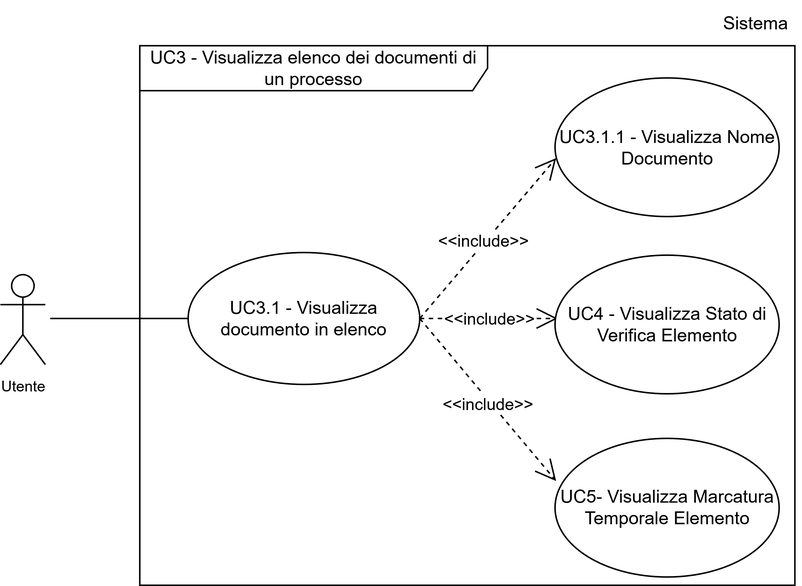
Before: assets/uml/UC3INC.png, a diagram exported from draw.io (7-ZPUs/Docs). Source tidied: cells renumbered, new cells last; positions are measured from the earlier drawing's top-left corner, leaving out a move shared by most shapes.
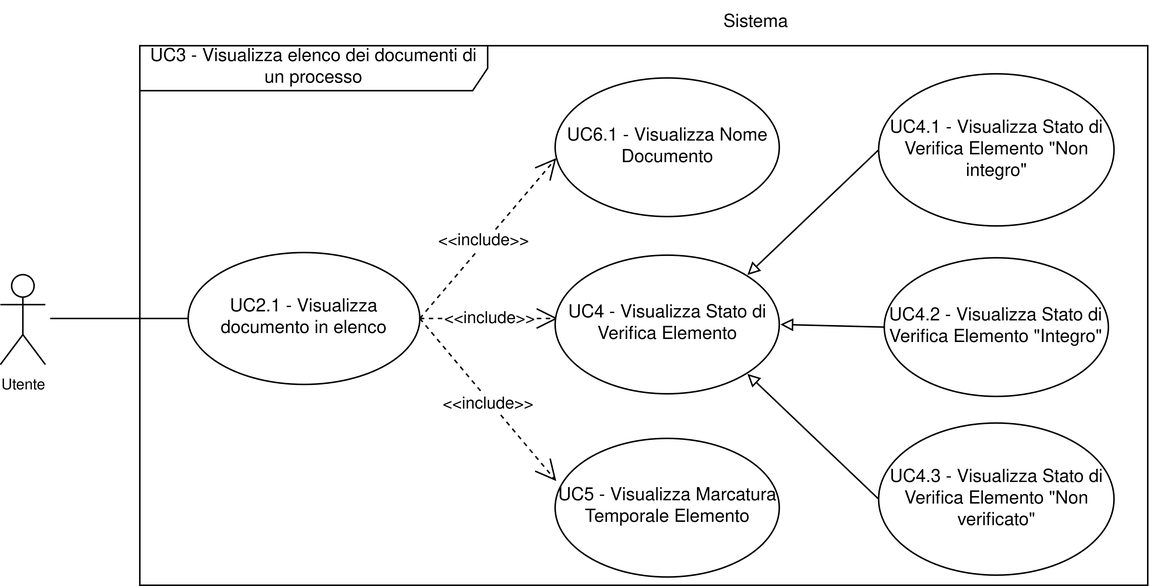
Above is the later version.

Change to the diagram source:
```diff
@@ -9,9 +9,9 @@
       <mxGeometry x="474" width="60" height="30" as="geometry" />
     </mxCell>
     <mxCell id="4" value="&lt;div&gt;UC3 - Visualizza elenco dei documenti di un processo&lt;/div&gt;" style="shape=umlFrame;whiteSpace=wrap;html=1;width=232;height=30;" parent="1" vertex="1">
-      <mxGeometry x="92.8" y="30" width="437" height="360" as="geometry" />
+      <mxGeometry x="92.8" y="30" width="672.2" height="360" as="geometry" />
     </mxCell>
-    <mxCell id="5" value="UC3.1 - Visualizza documento in elenco" style="ellipse;whiteSpace=wrap;html=1;" parent="1" vertex="1">
+    <mxCell id="5" value="UC2.1 - Visualizza documento in elenco" style="ellipse;whiteSpace=wrap;html=1;" parent="1" vertex="1">
       <mxGeometry x="125" y="168" width="154.5" height="88" as="geometry" />
     </mxCell>
     <mxCell id="6" style="endArrow=none;html=1;rounded=0;entryX=0;entryY=0.5;entryDx=0;entryDy=0;" parent="1" edge="1" target="5">
@@ -34,14 +34,38 @@
         <mxPoint x="370.5" y="320.5" as="targetPoint" />
       </mxGeometry>
     </mxCell>
-    <mxCell id="10" value="UC3.1.1 - Visualizza Nome Documento" style="ellipse;whiteSpace=wrap;html=1;" parent="1" vertex="1">
+    <mxCell id="10" value="UC6.1 - Visualizza Nome Documento" style="ellipse;whiteSpace=wrap;html=1;" parent="1" vertex="1">
       <mxGeometry x="369.8" y="51.5" width="149.5" height="92.5" as="geometry" />
     </mxCell>
     <mxCell id="11" value="UC4 - Visualizza Stato di Verifica Elemento" style="ellipse;whiteSpace=wrap;html=1;" parent="1" vertex="1">
       <mxGeometry x="369.8" y="169.8" width="149.5" height="92.5" as="geometry" />
     </mxCell>
-    <mxCell id="12" value="UC5- Visualizza Marcatura Temporale Elemento" style="ellipse;whiteSpace=wrap;html=1;" parent="1" vertex="1">
+    <mxCell id="12" value="UC5 - Visualizza Marcatura Temporale Elemento" style="ellipse;whiteSpace=wrap;html=1;" parent="1" vertex="1">
       <mxGeometry x="369.8" y="292" width="149.5" height="92.5" as="geometry" />
     </mxCell>
+    <mxCell id="13" value="UC4.1 - Visualizza Stato di Verifica Elemento &quot;Non integro&quot;" style="ellipse;whiteSpace=wrap;html=1;" parent="1" vertex="1">
+      <mxGeometry x="585.5" y="48.8" width="157" height="101.5" as="geometry" />
+    </mxCell>
+    <mxCell id="14" value="UC4.2 - Visualizza Stato di Verifica Elemento &quot;Integro&quot;" style="ellipse;whiteSpace=wrap;html=1;" parent="1" vertex="1">
+      <mxGeometry x="589.2" y="171.5" width="149.5" height="92.5" as="geometry" />
+    </mxCell>
+    <mxCell id="15" value="UC4.3 - Visualizza Stato di Verifica Elemento &quot;Non verificato&quot;" style="ellipse;whiteSpace=wrap;html=1;" parent="1" vertex="1">
+      <mxGeometry x="585.5" y="281.8" width="157" height="101.5" as="geometry" />
+    </mxCell>
+    <mxCell id="16" style="endArrow=block;html=1;rounded=0;exitX=0;exitY=0.5;exitDx=0;exitDy=0;entryX=1;entryY=0;entryDx=0;entryDy=0;endFill=0;" parent="1" edge="1" source="13">
+      <mxGeometry relative="1" as="geometry">
+        <mxPoint x="498" y="183" as="targetPoint" />
+      </mxGeometry>
+    </mxCell>
+    <mxCell id="17" style="endArrow=block;html=1;rounded=0;exitX=0;exitY=0.5;exitDx=0;exitDy=0;entryX=1;entryY=0.5;entryDx=0;entryDy=0;endFill=0;" parent="1" edge="1" source="14">
+      <mxGeometry relative="1" as="geometry">
+        <mxPoint x="520" y="216" as="targetPoint" />
+      </mxGeometry>
+    </mxCell>
+    <mxCell id="18" style="endArrow=block;html=1;rounded=0;exitX=0;exitY=0.5;exitDx=0;exitDy=0;entryX=1;entryY=1;entryDx=0;entryDy=0;endFill=0;" parent="1" edge="1" source="15">
+      <mxGeometry relative="1" as="geometry">
+        <mxPoint x="498" y="249" as="targetPoint" />
+      </mxGeometry>
+    </mxCell>
   </root>
 </mxGraphModel>
```
